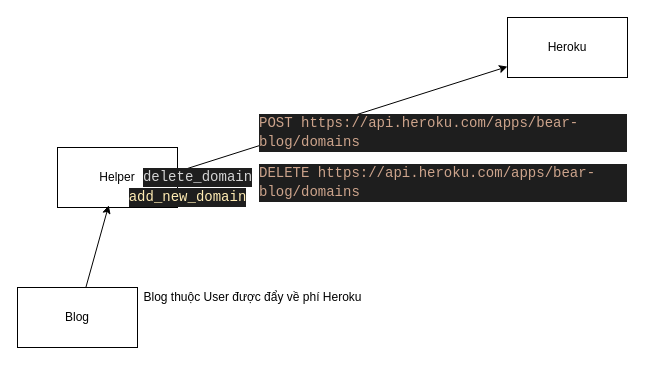
This is page "Blog" (2 of 2) of Diagram.drawio from kaopass/kao-blog-prototype-2, a draw.io file, before an edit. Source tidied: cells renumbered, new cells numbered last; positions are measured from the earlier drawing's top-left corner, leaving out a move shared by most shapes. Both pictures are drawn from the tidied source at 100%, with x=0, y=0 at pixel (17, 17).
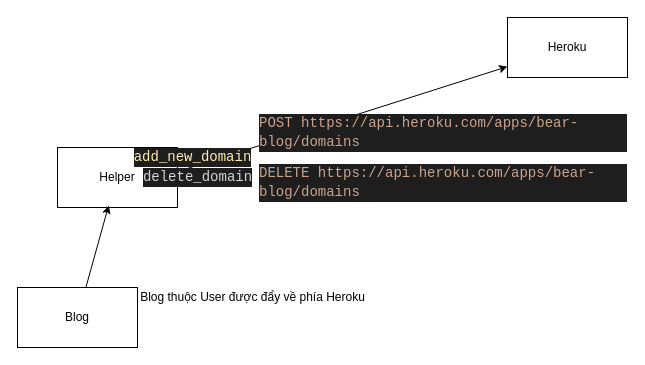
The same page after the edit.

Diff of the diagram source:
```diff
@@
 <mxGraphModel>
   <root>
     <mxCell id="0" />
     <mxCell id="1" parent="0" />
     <mxCell id="2" value="Helper" style="rounded=0;whiteSpace=wrap;html=1;" parent="1" vertex="1">
       <mxGeometry x="40" y="130" width="120" height="60" as="geometry" />
     </mxCell>
     <mxCell id="3" value="Heroku" style="rounded=0;whiteSpace=wrap;html=1;" parent="1" vertex="1">
       <mxGeometry x="490" width="120" height="60" as="geometry" />
     </mxCell>
     <mxCell id="4" style="endArrow=classic;html=1;exitX=1.02;exitY=0.39;exitDx=0;exitDy=0;exitPerimeter=0;" parent="1" edge="1" source="2" target="3">
       <mxGeometry relative="1" as="geometry" />
     </mxCell>
     <mxCell id="5" value="&lt;div style=&quot;color: rgb(212 , 212 , 212) ; background-color: rgb(30 , 30 , 30) ; font-family: &amp;#34;consolas&amp;#34; , &amp;#34;courier new&amp;#34; , monospace , &amp;#34;consolas&amp;#34; , &amp;#34;courier new&amp;#34; , monospace ; font-weight: normal ; font-size: 14px ; line-height: 19px&quot;&gt;&lt;div&gt;&lt;span style=&quot;color: #cda48c&quot;&gt;POST https://api.heroku.com/apps/bear-blog/domains&lt;/span&gt;&lt;/div&gt;&lt;/div&gt;" style="text;whiteSpace=wrap;html=1;" parent="1" vertex="1">
       <mxGeometry x="240" y="90" width="370" height="30" as="geometry" />
     </mxCell>
     <mxCell id="6" value="Blog" style="rounded=0;whiteSpace=wrap;html=1;" parent="1" vertex="1">
       <mxGeometry y="270" width="120" height="60" as="geometry" />
     </mxCell>
     <mxCell id="7" style="endArrow=classic;html=1;entryX=0.427;entryY=0.963;entryDx=0;entryDy=0;entryPerimeter=0;" parent="1" edge="1" source="6" target="2">
       <mxGeometry relative="1" as="geometry" />
     </mxCell>
     <mxCell id="8" value="&lt;div style=&quot;color: rgb(212 , 212 , 212) ; background-color: rgb(30 , 30 , 30) ; font-family: &amp;#34;consolas&amp;#34; , &amp;#34;courier new&amp;#34; , monospace , &amp;#34;consolas&amp;#34; , &amp;#34;courier new&amp;#34; , monospace ; font-size: 14px ; line-height: 19px&quot;&gt;delete_domain&lt;/div&gt;" style="text;html=1;align=center;verticalAlign=middle;" parent="1" vertex="1">
       <mxGeometry x="120" y="150" width="120" height="20" as="geometry" />
     </mxCell>
     <mxCell id="9" value="&lt;div style=&quot;color: rgb(212 , 212 , 212) ; background-color: rgb(30 , 30 , 30) ; font-family: &amp;#34;consolas&amp;#34; , &amp;#34;courier new&amp;#34; , monospace , &amp;#34;consolas&amp;#34; , &amp;#34;courier new&amp;#34; , monospace ; font-size: 14px ; line-height: 19px&quot;&gt;&lt;span style=&quot;color: #ffecb3&quot;&gt;add_new_domain&lt;/span&gt;&lt;/div&gt;" style="text;html=1;align=center;verticalAlign=middle;" parent="1" vertex="1">
-      <mxGeometry x="110" y="170" width="120" height="20" as="geometry" />
+      <mxGeometry x="115" y="130" width="120" height="20" as="geometry" />
     </mxCell>
     <mxCell id="10" value="&lt;div style=&quot;color: rgb(212 , 212 , 212) ; background-color: rgb(30 , 30 , 30) ; font-family: &amp;#34;consolas&amp;#34; , &amp;#34;courier new&amp;#34; , monospace , &amp;#34;consolas&amp;#34; , &amp;#34;courier new&amp;#34; , monospace ; font-weight: normal ; font-size: 14px ; line-height: 19px&quot;&gt;&lt;div&gt;&lt;span style=&quot;color: #cda48c&quot;&gt;DELETE https://api.heroku.com/apps/bear-blog/domains&lt;/span&gt;&lt;/div&gt;&lt;/div&gt;" style="text;whiteSpace=wrap;html=1;" parent="1" vertex="1">
       <mxGeometry x="240" y="140" width="370" height="30" as="geometry" />
     </mxCell>
-    <mxCell id="11" value="Blog thuộc User được đẩy về phí Heroku" style="text;html=1;align=center;verticalAlign=middle;" parent="1" vertex="1">
-      <mxGeometry x="120" y="270" width="230" height="20" as="geometry" />
+    <mxCell id="11" value="Blog thuộc User được đẩy về phía Heroku" style="text;html=1;align=center;verticalAlign=middle;" parent="1" vertex="1">
+      <mxGeometry x="115" y="270" width="240" height="20" as="geometry" />
     </mxCell>
   </root>
 </mxGraphModel>
```
